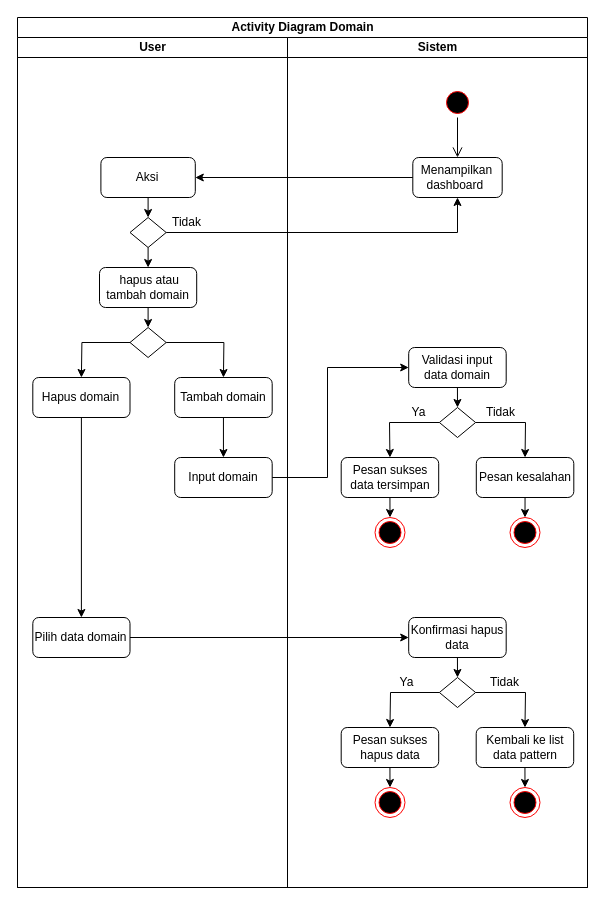
Earlier version of the draw.io diagram page "Activity Diagram - Add domain" (5 of 8) of Cara Kerja Aplikasi TA.drawio (zelsaddr/All-Diagrams). Source tidied: cells renumbered, new cells numbered last; positions are measured from the earlier drawing's top-left corner, leaving out a move shared by most shapes. Both pictures are drawn from the tidied source at 100%, with x=0, y=0 at pixel (17, 17).
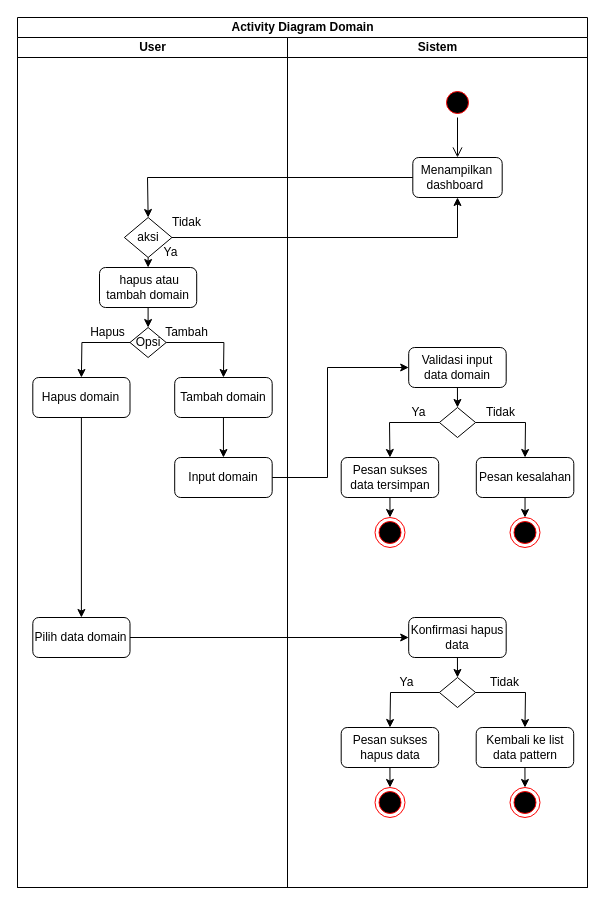
The same diagram, later.

Unchanged cells that the change refers to:
```xml
<mxCell id="2" value="Activity Diagram Domain" style="swimlane;startSize=20;html=1;" parent="1" vertex="1">
  <mxGeometry width="570" height="870" as="geometry" />
</mxCell>
<mxCell id="3" value="User" style="swimlane;startSize=20;html=1;" parent="2" vertex="1">
  <mxGeometry y="20" width="270" height="850" as="geometry" />
</mxCell>
<mxCell id="21" value="Menampilkan dashboard&amp;nbsp;" style="rounded=1;whiteSpace=wrap;html=1;" parent="20" vertex="1">
  <mxGeometry x="125.3" y="120" width="89.4" height="40" as="geometry" />
</mxCell>
```

Change to the diagram source:
```diff
@@
-    <mxCell id="5" value="Aksi" style="rounded=1;whiteSpace=wrap;html=1;" parent="3" vertex="1">
-      <mxGeometry x="83.4" y="120" width="94.4" height="40" as="geometry" />
-    </mxCell>
@@
-    <mxCell id="8" style="rhombus;whiteSpace=wrap;html=1;" parent="3" vertex="1">
-      <mxGeometry x="112.5" y="180" width="36.2" height="30" as="geometry" />
+    <mxCell id="8" value="aksi" style="rhombus;whiteSpace=wrap;html=1;" parent="3" vertex="1">
+      <mxGeometry x="106.9" y="180" width="47.5" height="40" as="geometry" />
     </mxCell>
-    <mxCell id="9" style="endArrow=classic;html=1;rounded=0;entryX=0.5;entryY=0;entryDx=0;entryDy=0;exitX=0.5;exitY=1;exitDx=0;exitDy=0;" parent="3" edge="1" source="5" target="8">
-      <mxGeometry relative="1" as="geometry" />
-    </mxCell>
@@
-    <mxCell id="12" style="rhombus;whiteSpace=wrap;html=1;" parent="3" vertex="1">
+    <mxCell id="12" value="Opsi" style="rhombus;whiteSpace=wrap;html=1;" parent="3" vertex="1">
       <mxGeometry x="112.5" y="290" width="36.2" height="30" as="geometry" />
     </mxCell>
@@
+    <mxCell id="54" value="Ya" style="text;html=1;align=center;verticalAlign=middle;strokeColor=none;fillColor=none;" parent="3" vertex="1">
+      <mxGeometry x="132.8" y="200" width="40" height="30" as="geometry" />
+    </mxCell>
+    <mxCell id="55" value="Tambah" style="text;html=1;align=center;verticalAlign=middle;strokeColor=none;fillColor=none;" parent="3" vertex="1">
+      <mxGeometry x="134.4" y="280" width="70" height="30" as="geometry" />
+    </mxCell>
+    <mxCell id="56" value="Hapus" style="text;html=1;align=center;verticalAlign=middle;strokeColor=none;fillColor=none;" parent="3" vertex="1">
+      <mxGeometry x="60" y="280" width="60" height="30" as="geometry" />
+    </mxCell>
@@
-    <mxCell id="50" style="endArrow=classic;html=1;rounded=0;entryX=1;entryY=0.5;entryDx=0;entryDy=0;exitX=0;exitY=0.5;exitDx=0;exitDy=0;" parent="2" edge="1" source="21" target="5">
-      <mxGeometry relative="1" as="geometry" />
+    <mxCell id="50" style="endArrow=classic;html=1;rounded=0;entryX=0.5;entryY=0;entryDx=0;entryDy=0;exitX=0;exitY=0.5;exitDx=0;exitDy=0;" parent="2" edge="1" source="21" target="8">
+      <mxGeometry relative="1" as="geometry">
+        <Array as="points">
+          <mxPoint x="130" y="160" />
+        </Array>
+      </mxGeometry>
     </mxCell>
     <mxCell id="51" style="endArrow=classic;html=1;rounded=0;entryX=0.5;entryY=1;entryDx=0;entryDy=0;exitX=1;exitY=0.5;exitDx=0;exitDy=0;" parent="2" edge="1" source="8" target="21">
       <mxGeometry relative="1" as="geometry">
         <Array as="points">
-          <mxPoint x="440" y="215" />
+          <mxPoint x="440" y="220" />
         </Array>
       </mxGeometry>
     </mxCell>
```
